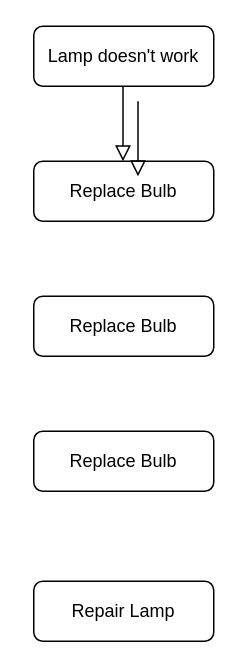
Before: Untitled Diagram.drawio in mohamed96321/draw-io, a draw.io diagram. Source tidied: cells renumbered, new cells numbered last; positions are measured from the earlier drawing's top-left corner, leaving out a move shared by most shapes. Both pictures are drawn from the tidied source at 150%, with x=0, y=0 at pixel (33, 26).
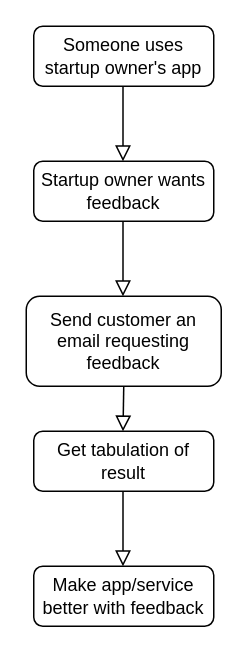
The same page after the edit.

Change to the diagram source:
```diff
@@
 <mxGraphModel>
   <root>
     <mxCell id="0" />
     <mxCell id="1" parent="0" />
-    <mxCell id="2" value="Lamp doesn't work" style="rounded=1;whiteSpace=wrap;html=1;fontSize=12;glass=0;strokeWidth=1;shadow=0;" parent="1" vertex="1">
+    <mxCell id="2" value="Someone uses startup owner's app" style="rounded=1;whiteSpace=wrap;html=1;fontSize=12;glass=0;strokeWidth=1;shadow=0;" parent="1" vertex="1">
       <mxGeometry width="120" height="40" as="geometry" />
     </mxCell>
-    <mxCell id="3" value="Repair Lamp" style="rounded=1;whiteSpace=wrap;html=1;fontSize=12;glass=0;strokeWidth=1;shadow=0;" parent="1" vertex="1">
-      <mxGeometry y="370" width="120" height="40" as="geometry" />
+    <mxCell id="3" value="Make app/service better with feedback" style="rounded=1;whiteSpace=wrap;html=1;fontSize=12;glass=0;strokeWidth=1;shadow=0;" parent="1" vertex="1">
+      <mxGeometry y="360" width="120" height="40" as="geometry" />
     </mxCell>
-    <mxCell id="4" value="Replace Bulb" style="rounded=1;whiteSpace=wrap;html=1;fontSize=12;glass=0;strokeWidth=1;shadow=0;" parent="1" vertex="1">
-      <mxGeometry y="180" width="120" height="40" as="geometry" />
+    <mxCell id="4" value="Send customer an email requesting feedback" style="rounded=1;whiteSpace=wrap;html=1;fontSize=12;glass=0;strokeWidth=1;shadow=0;" parent="1" vertex="1">
+      <mxGeometry x="-5" y="180" width="130" height="60" as="geometry" />
     </mxCell>
-    <mxCell id="5" value="Replace Bulb" style="rounded=1;whiteSpace=wrap;html=1;fontSize=12;glass=0;strokeWidth=1;shadow=0;" parent="1" vertex="1">
+    <mxCell id="5" value="Startup owner wants feedback" style="rounded=1;whiteSpace=wrap;html=1;fontSize=12;glass=0;strokeWidth=1;shadow=0;" parent="1" vertex="1">
       <mxGeometry y="90" width="120" height="40" as="geometry" />
     </mxCell>
     <mxCell id="6" style="rounded=0;html=1;jettySize=auto;orthogonalLoop=1;fontSize=11;endArrow=block;endFill=0;endSize=8;strokeWidth=1;shadow=0;labelBackgroundColor=none;edgeStyle=orthogonalEdgeStyle;" parent="1" edge="1">
       <mxGeometry relative="1" as="geometry">
         <mxPoint x="59.5" y="40" as="sourcePoint" />
         <mxPoint x="59.5" y="90" as="targetPoint" />
       </mxGeometry>
     </mxCell>
-    <mxCell id="7" value="Replace Bulb" style="rounded=1;whiteSpace=wrap;html=1;fontSize=12;glass=0;strokeWidth=1;shadow=0;" parent="1" vertex="1">
+    <mxCell id="7" value="Get tabulation of result" style="rounded=1;whiteSpace=wrap;html=1;fontSize=12;glass=0;strokeWidth=1;shadow=0;" parent="1" vertex="1">
       <mxGeometry y="270" width="120" height="40" as="geometry" />
     </mxCell>
     <mxCell id="8" style="rounded=0;html=1;jettySize=auto;orthogonalLoop=1;fontSize=11;endArrow=block;endFill=0;endSize=8;strokeWidth=1;shadow=0;labelBackgroundColor=none;edgeStyle=orthogonalEdgeStyle;" parent="1" edge="1">
       <mxGeometry relative="1" as="geometry">
-        <mxPoint x="69.5" y="50" as="sourcePoint" />
-        <mxPoint x="69.5" y="100" as="targetPoint" />
+        <mxPoint x="59.5" y="130" as="sourcePoint" />
+        <mxPoint x="59.5" y="180" as="targetPoint" />
       </mxGeometry>
     </mxCell>
+    <mxCell id="9" style="rounded=0;html=1;jettySize=auto;orthogonalLoop=1;fontSize=11;endArrow=block;endFill=0;endSize=8;strokeWidth=1;shadow=0;labelBackgroundColor=none;edgeStyle=orthogonalEdgeStyle;" parent="1" edge="1">
+      <mxGeometry relative="1" as="geometry">
+        <mxPoint x="60" y="240" as="sourcePoint" />
+        <mxPoint x="59.5" y="270" as="targetPoint" />
+      </mxGeometry>
+    </mxCell>
+    <mxCell id="10" style="rounded=0;html=1;jettySize=auto;orthogonalLoop=1;fontSize=11;endArrow=block;endFill=0;endSize=8;strokeWidth=1;shadow=0;labelBackgroundColor=none;edgeStyle=orthogonalEdgeStyle;" parent="1" edge="1">
+      <mxGeometry relative="1" as="geometry">
+        <mxPoint x="59.5" y="310" as="sourcePoint" />
+        <mxPoint x="59.5" y="360" as="targetPoint" />
+      </mxGeometry>
+    </mxCell>
   </root>
 </mxGraphModel>
```
